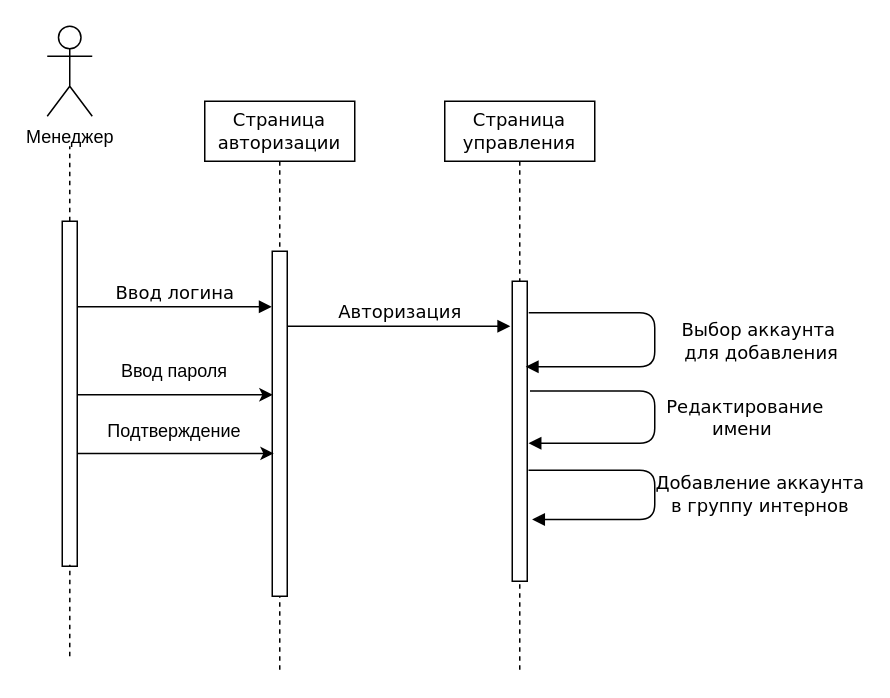
mike3293/OOTP_kurs keeps this draw.io diagram as PaperWork/uml/3_sequence.drawio. Above is the earlier version. Source tidied: cells renumbered, new cells numbered last; positions are measured from the earlier drawing's top-left corner, leaving out a move shared by most shapes. Both pictures are drawn from the tidied source at 150%, with x=0, y=0 at pixel (46, 26).
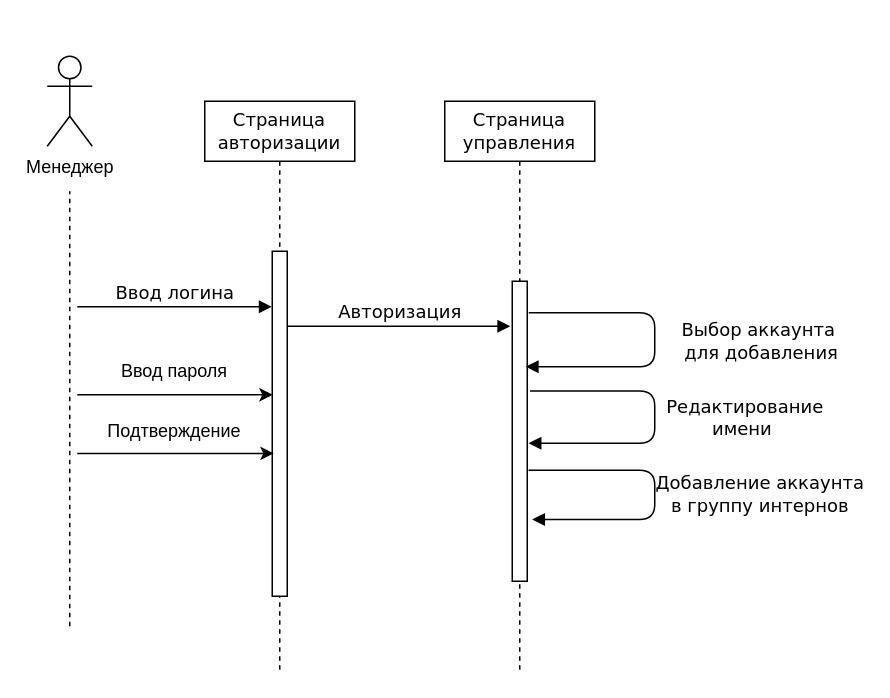
The same page after the edit.

The change refers to these unchanged cells:
```xml
<mxCell id="3" style="html=1;points=[];perimeter=orthogonalPerimeter;rounded=0;shadow=0;comic=0;labelBackgroundColor=none;strokeWidth=1;fontFamily=Verdana;fontSize=12;align=center;" parent="2" vertex="1">
  <mxGeometry x="45" y="100" width="10" height="230" as="geometry" />
</mxCell>
```

Change to the diagram source:
```diff
@@
-    <mxCell id="9" value="Ввод логина" style="html=1;verticalAlign=bottom;endArrow=block;entryX=-0.035;entryY=0.161;labelBackgroundColor=none;fontFamily=Verdana;fontSize=12;edgeStyle=elbowEdgeStyle;elbow=vertical;entryDx=0;entryDy=0;entryPerimeter=0;" parent="1" edge="1" source="12" target="3">
-      <mxGeometry relative="1" as="geometry" />
+    <mxCell id="9" value="Ввод логина" style="html=1;verticalAlign=bottom;endArrow=block;entryX=-0.035;entryY=0.161;labelBackgroundColor=none;fontFamily=Verdana;fontSize=12;edgeStyle=elbowEdgeStyle;elbow=vertical;entryDx=0;entryDy=0;entryPerimeter=0;" parent="1" edge="1" target="3">
+      <mxGeometry relative="1" as="geometry">
+        <mxPoint x="20" y="187" as="sourcePoint" />
+      </mxGeometry>
     </mxCell>
@@
     <mxCell id="11" value="Менеджер" style="shape=umlActor;verticalLabelPosition=bottom;labelBackgroundColor=#ffffff;verticalAlign=top;html=1;" parent="1" vertex="1">
-      <mxGeometry width="30" height="60" as="geometry" />
+      <mxGeometry y="20" width="30" height="60" as="geometry" />
     </mxCell>
-    <mxCell id="12" style="html=1;points=[];perimeter=orthogonalPerimeter;rounded=0;shadow=0;comic=0;labelBackgroundColor=none;strokeWidth=1;fontFamily=Verdana;fontSize=12;align=center;" parent="1" vertex="1">
-      <mxGeometry x="10" y="130" width="10" height="230" as="geometry" />
-    </mxCell>
-    <mxCell id="13" style="endArrow=classic;html=1;entryX=0.033;entryY=0.416;entryDx=0;entryDy=0;entryPerimeter=0;" parent="1" edge="1" source="12" target="3">
-      <mxGeometry relative="1" as="geometry" />
+    <mxCell id="13" style="endArrow=classic;html=1;entryX=0.033;entryY=0.416;entryDx=0;entryDy=0;entryPerimeter=0;" parent="1" edge="1" target="3">
+      <mxGeometry relative="1" as="geometry">
+        <mxPoint x="20" y="245.7" as="sourcePoint" />
+      </mxGeometry>
     </mxCell>
@@
-    <mxCell id="15" style="endArrow=classic;html=1;entryX=0.106;entryY=0.586;entryDx=0;entryDy=0;entryPerimeter=0;" parent="1" edge="1" source="12" target="3">
-      <mxGeometry relative="1" as="geometry" />
+    <mxCell id="15" style="endArrow=classic;html=1;entryX=0.106;entryY=0.586;entryDx=0;entryDy=0;entryPerimeter=0;" parent="1" edge="1" target="3">
+      <mxGeometry relative="1" as="geometry">
+        <mxPoint x="20" y="284.8" as="sourcePoint" />
+      </mxGeometry>
     </mxCell>
@@
     <mxCell id="17" style="endArrow=none;dashed=1;html=1;" parent="1" edge="1">
       <mxGeometry relative="1" as="geometry">
-        <mxPoint x="15" y="130" as="sourcePoint" />
-        <mxPoint x="15" y="80" as="targetPoint" />
+        <mxPoint x="15" y="400" as="sourcePoint" />
+        <mxPoint x="15" y="110" as="targetPoint" />
       </mxGeometry>
     </mxCell>
-    <mxCell id="18" style="endArrow=none;dashed=1;html=1;entryX=0.506;entryY=0.996;entryDx=0;entryDy=0;entryPerimeter=0;" parent="1" edge="1" target="12">
-      <mxGeometry relative="1" as="geometry">
-        <mxPoint x="15" y="420" as="sourcePoint" />
-      </mxGeometry>
-    </mxCell>
```
